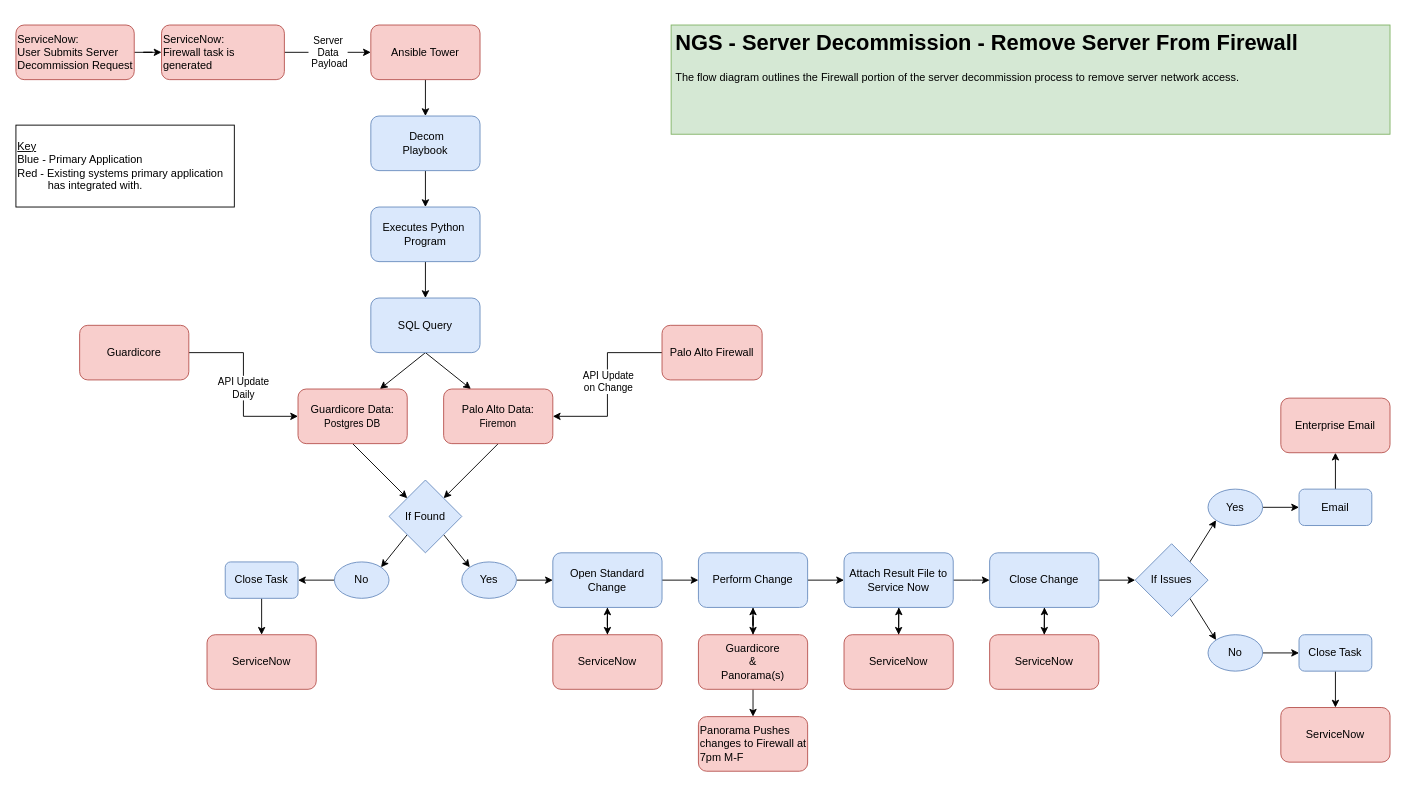
jayatthebay/designs keeps this draw.io diagram as NGS-ServerDecommission-RemoveServerFromFirewall-Flow.drawio. Above is the earlier version. Source tidied: cells renumbered, new cells numbered last; positions are measured from the earlier drawing's top-left corner, leaving out a move shared by most shapes. Both pictures are drawn from the tidied source at 91%, with x=0, y=0 at pixel (15, 25).
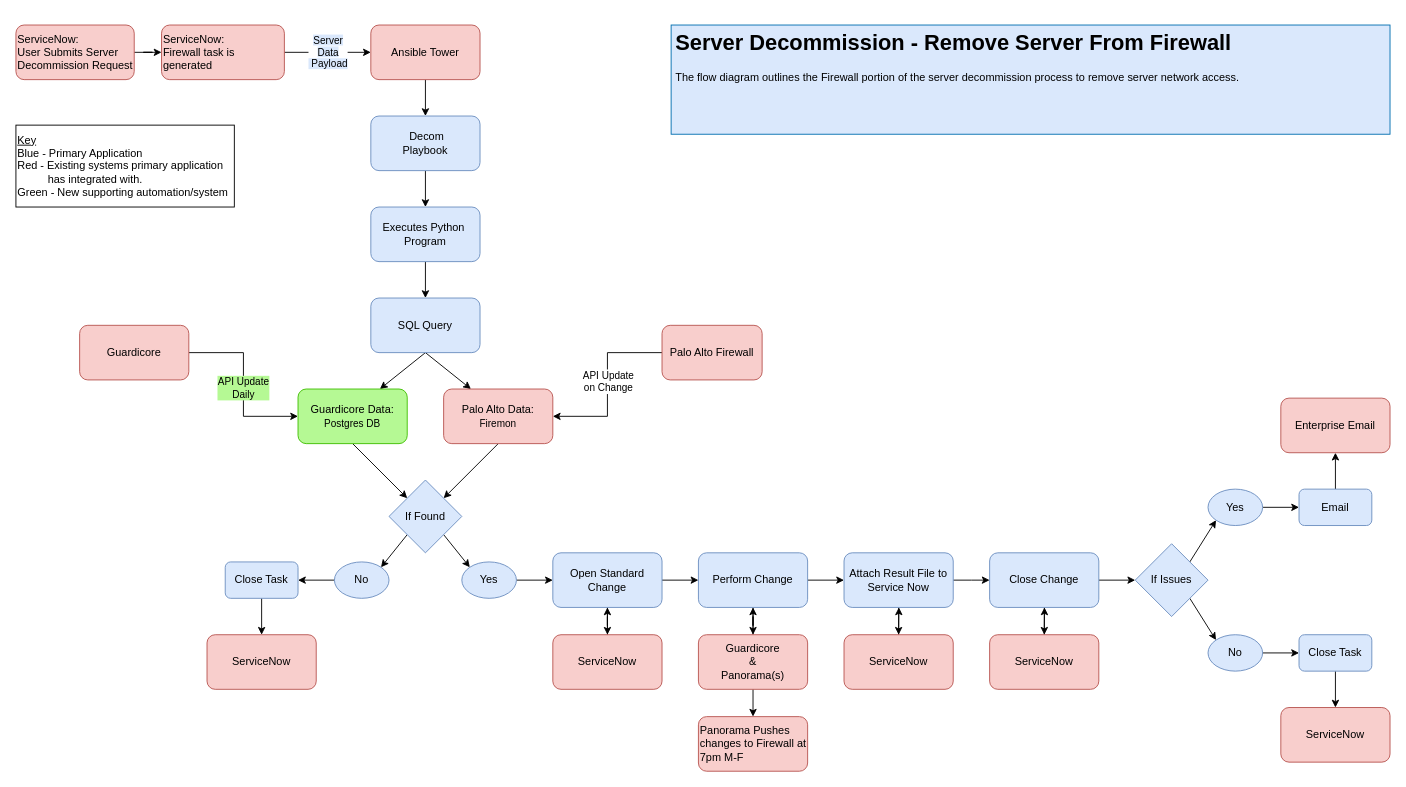
The same page after the edit.

The change refers to these unchanged cells:
```xml
<mxCell id="9" style="edgeStyle=orthogonalEdgeStyle;rounded=0;jettySize=auto;html=1;exitX=1;exitY=0.5;exitDx=0;exitDy=0;entryX=0;entryY=0.5;entryDx=0;entryDy=0;" parent="1" edge="1" source="11" target="6">
  <mxGeometry relative="1" as="geometry">
    <Array as="points">
      <mxPoint x="250" y="360" />
      <mxPoint x="250" y="430" />
    </Array>
  </mxGeometry>
</mxCell>
<mxCell id="36" value="ServiceNow:&lt;br&gt;Firewall task is generated" style="rounded=1;whiteSpace=wrap;html=1;fillColor=#f8cecc;strokeColor=#b85450;align=left;" parent="1" vertex="1">
  <mxGeometry x="160" width="135" height="60" as="geometry" />
</mxCell>
<mxCell id="38" value="Ansible Tower" style="rounded=1;whiteSpace=wrap;html=1;fillColor=#f8cecc;strokeColor=#b85450;" parent="1" vertex="1">
  <mxGeometry x="390" width="120" height="60" as="geometry" />
</mxCell>
```

The edit, as a diff of the source:
```diff
@@
-    <mxCell id="6" value="Guardicore Data:&lt;br&gt;&lt;font style=&quot;font-size: 11px;&quot;&gt;Postgres DB&lt;/font&gt;" style="rounded=1;whiteSpace=wrap;html=1;fillColor=#f8cecc;strokeColor=#b85450;" parent="1" vertex="1">
+    <mxCell id="6" value="Guardicore Data:&lt;br&gt;&lt;font style=&quot;font-size: 11px;&quot;&gt;Postgres DB&lt;/font&gt;" style="rounded=1;whiteSpace=wrap;html=1;fillColor=light-dark(#B5F994,#B5F994);strokeColor=light-dark(#3FBE00,#FEC400);" parent="1" vertex="1">
       <mxGeometry x="310" y="400" width="120" height="60" as="geometry" />
     </mxCell>
@@
-    <mxCell id="10" value="API Update&lt;div&gt;Daily&lt;/div&gt;" style="edgeLabel;html=1;align=center;verticalAlign=middle;" parent="9" vertex="1">
+    <mxCell id="10" value="API Update&lt;div&gt;Daily&lt;/div&gt;" style="edgeLabel;html=1;align=center;verticalAlign=middle;labelBackgroundColor=light-dark(#B5F994,#B5F994);" parent="9" vertex="1">
       <mxGeometry x="0.03" y="-1" relative="1" as="geometry" />
     </mxCell>
@@
-    <mxCell id="35" value="Server&lt;div&gt;Data&lt;div&gt;&amp;nbsp;Payload&lt;/div&gt;&lt;/div&gt;" style="edgeStyle=orthogonalEdgeStyle;rounded=0;jettySize=auto;html=1;" parent="1" edge="1" source="36" target="38">
+    <mxCell id="35" value="&lt;span style=&quot;background-color: rgb(218, 232, 252);&quot;&gt;Server&lt;/span&gt;&lt;div&gt;&lt;span style=&quot;background-color: rgb(218, 232, 252);&quot;&gt;Data&lt;/span&gt;&lt;div&gt;&lt;span style=&quot;background-color: rgb(218, 232, 252);&quot;&gt;&amp;nbsp;Payload&lt;/span&gt;&lt;/div&gt;&lt;/div&gt;" style="edgeStyle=orthogonalEdgeStyle;rounded=0;jettySize=auto;html=1;" parent="1" edge="1" source="36" target="38">
       <mxGeometry relative="1" as="geometry" />
     </mxCell>
@@
-    <mxCell id="43" value="&lt;h1&gt;NGS - Server Decommission - Remove Server From Firewall&lt;/h1&gt;&lt;p&gt;The flow diagram outlines the Firewall portion of the server decommission process to remove server network access.&lt;/p&gt;" style="text;html=1;strokeColor=#82b366;fillColor=#d5e8d4;spacing=5;spacingTop=-20;whiteSpace=wrap;overflow=hidden;rounded=0;" parent="1" vertex="1">
+    <mxCell id="43" value="&lt;h1&gt;&lt;font style=&quot;color: rgb(0, 0, 0);&quot;&gt;Server Decommission - Remove Server From Firewall&lt;/font&gt;&lt;/h1&gt;&lt;p&gt;&lt;font style=&quot;color: rgb(0, 0, 0);&quot;&gt;The flow diagram outlines the Firewall portion of the server decommission process to remove server network access.&lt;/font&gt;&lt;/p&gt;" style="text;html=1;strokeColor=#006EAF;fillColor=#DAE8FC;spacing=5;spacingTop=-20;whiteSpace=wrap;overflow=hidden;rounded=0;fontColor=#ffffff;" parent="1" vertex="1">
       <mxGeometry x="720" width="790" height="120" as="geometry" />
     </mxCell>
@@
-    <mxCell id="47" value="&lt;u&gt;Key&lt;/u&gt;&lt;br&gt;&lt;div style=&quot;&quot;&gt;&lt;span style=&quot;background-color: initial;&quot;&gt;Blue - Primary Application&lt;/span&gt;&lt;/div&gt;&lt;div&gt;&lt;span style=&quot;background-color: initial;&quot;&gt;Red - Existing systems primary application &lt;span style=&quot;white-space: pre;&quot;&gt;&#9;&lt;/span&gt;&amp;nbsp; has integrated with.&lt;/span&gt;&lt;/div&gt;" style="rounded=0;whiteSpace=wrap;html=1;align=left;" parent="1" vertex="1">
+    <mxCell id="47" value="&lt;u&gt;Key&lt;/u&gt;&lt;br&gt;&lt;div style=&quot;&quot;&gt;&lt;span style=&quot;background-color: initial;&quot;&gt;Blue - Primary Application&lt;/span&gt;&lt;/div&gt;&lt;div&gt;&lt;span style=&quot;background-color: initial;&quot;&gt;Red - Existing systems primary application &lt;span style=&quot;white-space: pre;&quot;&gt;&#9;&lt;/span&gt;&amp;nbsp; has integrated with.&lt;/span&gt;&lt;/div&gt;&lt;div&gt;&lt;span style=&quot;background-color: initial;&quot;&gt;Green - New supporting automation/system&lt;/span&gt;&lt;/div&gt;" style="rounded=0;whiteSpace=wrap;html=1;align=left;" parent="1" vertex="1">
       <mxGeometry y="110" width="240" height="90" as="geometry" />
     </mxCell>
```
